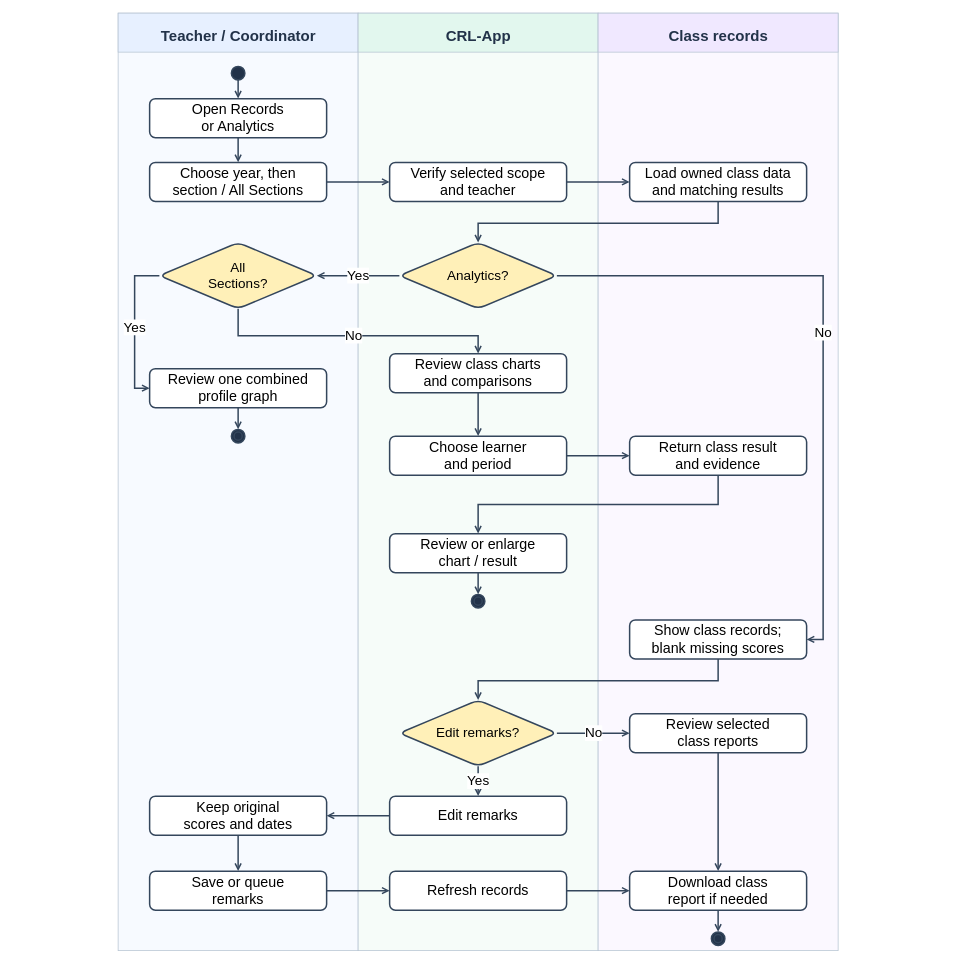
AkuSayangKamuJudaSayang/crl-app keeps this draw.io diagram as docs/diagrams/class-workspaces/figure-16-records-reports.drawio. Above is the earlier version. Source tidied: cells renumbered, new cells numbered last; positions are measured from the earlier drawing's top-left corner, leaving out a move shared by most shapes. Both pictures are drawn from the tidied source at 75%, with x=0, y=0 at pixel (13, 13).
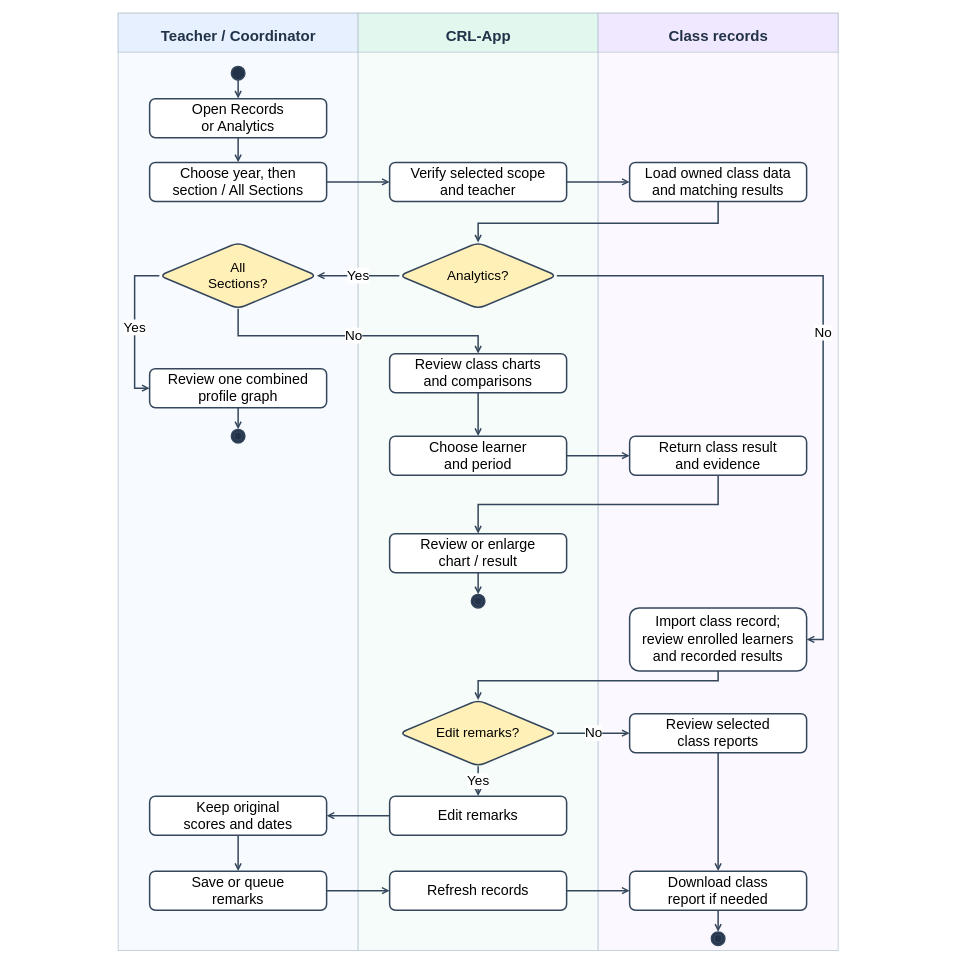
The same page after the edit.

What changed in the source:
```diff
@@
-    <mxCell id="25" value="Show class records;&lt;br&gt;blank missing scores" style="rounded=1;whiteSpace=wrap;html=1;fillColor=#ffffff;strokeColor=#34465c;strokeWidth=2;fontSize=19;" parent="1" vertex="1">
-      <mxGeometry x="822" y="809" width="236" height="52" as="geometry" />
+    <mxCell id="25" value="Import class record;&lt;br&gt;review enrolled learners&lt;br&gt;and recorded results" style="rounded=1;whiteSpace=wrap;html=1;fillColor=#ffffff;strokeColor=#34465c;strokeWidth=2;fontSize=19;" parent="1" vertex="1">
+      <mxGeometry x="822" y="793" width="236" height="84" as="geometry" />
     </mxCell>
```
